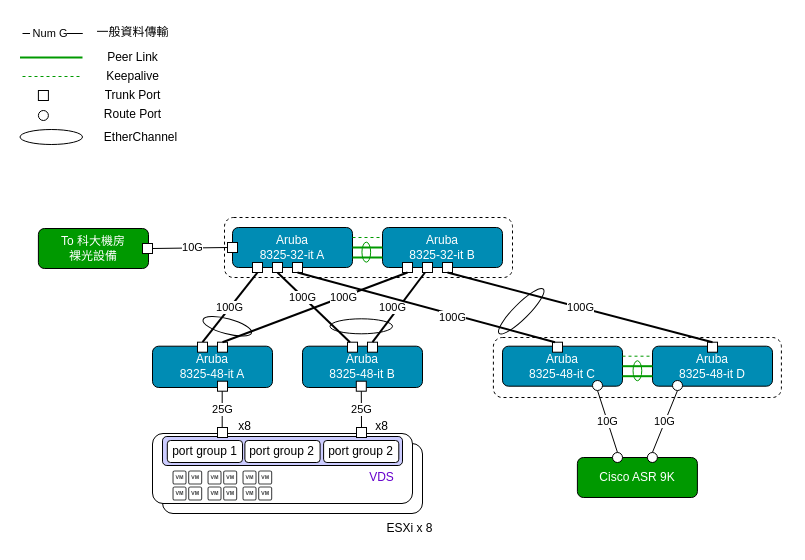
Before: page "三峽機房接線圖" (2 of 4) of moe.drawio in fisjacky/draw.io, a draw.io diagram. Source tidied: cells renumbered, new cells numbered last; positions are measured from the earlier drawing's top-left corner, leaving out a move shared by most shapes. Both pictures are drawn from the tidied source at 100%, with x=0, y=0 at pixel (20, 17).
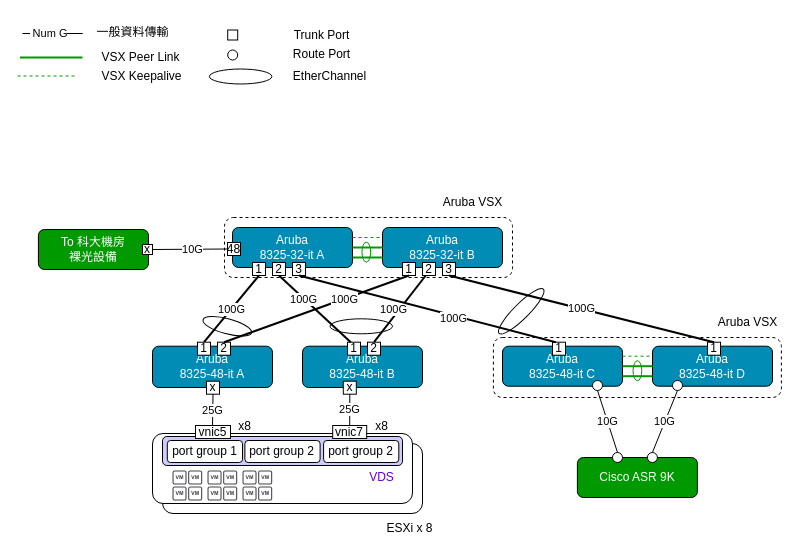
Above is the later version.

The edit, as a diff of the source:
```diff
@@
-    <mxCell id="5" style="rounded=0;whiteSpace=wrap;html=1;" parent="1" vertex="1">
-      <mxGeometry x="232" y="245" width="10" height="10" as="geometry" />
+    <mxCell id="5" value="1" style="rounded=0;whiteSpace=wrap;html=1;" parent="1" vertex="1">
+      <mxGeometry x="232" y="245" width="13" height="13" as="geometry" />
     </mxCell>
-    <mxCell id="6" style="rounded=0;whiteSpace=wrap;html=1;" parent="1" vertex="1">
-      <mxGeometry x="252" y="245" width="10" height="10" as="geometry" />
+    <mxCell id="6" value="2" style="rounded=0;whiteSpace=wrap;html=1;" parent="1" vertex="1">
+      <mxGeometry x="252" y="245" width="13" height="13" as="geometry" />
     </mxCell>
-    <mxCell id="7" style="rounded=0;whiteSpace=wrap;html=1;" parent="1" vertex="1">
-      <mxGeometry x="272" y="245" width="10" height="10" as="geometry" />
+    <mxCell id="7" value="3" style="rounded=0;whiteSpace=wrap;html=1;" parent="1" vertex="1">
+      <mxGeometry x="272" y="245" width="13" height="13" as="geometry" />
     </mxCell>
@@
-    <mxCell id="9" style="rounded=0;whiteSpace=wrap;html=1;" parent="1" vertex="1">
-      <mxGeometry x="382" y="245" width="10" height="10" as="geometry" />
+    <mxCell id="9" value="1" style="rounded=0;whiteSpace=wrap;html=1;" parent="1" vertex="1">
+      <mxGeometry x="382" y="245" width="13" height="13" as="geometry" />
     </mxCell>
-    <mxCell id="10" style="rounded=0;whiteSpace=wrap;html=1;" parent="1" vertex="1">
-      <mxGeometry x="402" y="245" width="10" height="10" as="geometry" />
+    <mxCell id="10" value="2" style="rounded=0;whiteSpace=wrap;html=1;" parent="1" vertex="1">
+      <mxGeometry x="402" y="245" width="13" height="13" as="geometry" />
     </mxCell>
-    <mxCell id="11" style="rounded=0;whiteSpace=wrap;html=1;" parent="1" vertex="1">
-      <mxGeometry x="422" y="245" width="10" height="10" as="geometry" />
+    <mxCell id="11" value="3" style="rounded=0;whiteSpace=wrap;html=1;" parent="1" vertex="1">
+      <mxGeometry x="422" y="245" width="13" height="13" as="geometry" />
     </mxCell>
@@
-    <mxCell id="18" style="rounded=0;whiteSpace=wrap;html=1;" parent="1" vertex="1">
-      <mxGeometry x="177" y="324.7" width="10" height="10" as="geometry" />
+    <mxCell id="18" value="1" style="rounded=0;whiteSpace=wrap;html=1;" parent="1" vertex="1">
+      <mxGeometry x="177" y="324.7" width="13" height="13" as="geometry" />
     </mxCell>
-    <mxCell id="19" style="rounded=0;whiteSpace=wrap;html=1;" parent="1" vertex="1">
-      <mxGeometry x="197" y="324.7" width="10" height="10" as="geometry" />
+    <mxCell id="19" value="2" style="rounded=0;whiteSpace=wrap;html=1;" parent="1" vertex="1">
+      <mxGeometry x="197" y="324.7" width="13" height="13" as="geometry" />
     </mxCell>
-    <mxCell id="20" style="rounded=0;whiteSpace=wrap;html=1;" parent="1" vertex="1">
-      <mxGeometry x="327" y="324.7" width="10" height="10" as="geometry" />
+    <mxCell id="20" value="1" style="rounded=0;whiteSpace=wrap;html=1;" parent="1" vertex="1">
+      <mxGeometry x="327" y="324.7" width="13" height="13" as="geometry" />
     </mxCell>
-    <mxCell id="21" style="rounded=0;whiteSpace=wrap;html=1;" parent="1" vertex="1">
-      <mxGeometry x="347" y="324.7" width="10" height="10" as="geometry" />
+    <mxCell id="21" value="2" style="rounded=0;whiteSpace=wrap;html=1;" parent="1" vertex="1">
+      <mxGeometry x="347" y="324.7" width="13" height="13" as="geometry" />
     </mxCell>
@@
-    <mxCell id="33" style="rounded=0;whiteSpace=wrap;html=1;" parent="1" vertex="1">
-      <mxGeometry x="687" y="324.7" width="10" height="10" as="geometry" />
+    <mxCell id="33" value="1" style="rounded=0;whiteSpace=wrap;html=1;" parent="1" vertex="1">
+      <mxGeometry x="687" y="324.7" width="13" height="13" as="geometry" />
     </mxCell>
-    <mxCell id="34" style="rounded=0;whiteSpace=wrap;html=1;" parent="1" vertex="1">
-      <mxGeometry x="532" y="324.7" width="10" height="10" as="geometry" />
+    <mxCell id="34" value="1" style="rounded=0;whiteSpace=wrap;html=1;" parent="1" vertex="1">
+      <mxGeometry x="532" y="324.7" width="13" height="13" as="geometry" />
     </mxCell>
@@
-    <mxCell id="40" style="rounded=0;whiteSpace=wrap;html=1;" parent="1" vertex="1">
-      <mxGeometry x="335.8" y="363.7" width="10" height="10" as="geometry" />
+    <mxCell id="40" value="x" style="rounded=0;whiteSpace=wrap;html=1;" parent="1" vertex="1">
+      <mxGeometry x="322.8" y="363.7" width="13" height="13" as="geometry" />
     </mxCell>
-    <mxCell id="41" style="rounded=0;whiteSpace=wrap;html=1;" parent="1" vertex="1">
-      <mxGeometry x="197" y="363.7" width="10" height="10" as="geometry" />
+    <mxCell id="41" value="x" style="rounded=0;whiteSpace=wrap;html=1;" parent="1" vertex="1">
+      <mxGeometry x="186" y="363.7" width="13" height="13" as="geometry" />
     </mxCell>
@@
-    <mxCell id="43" value="25G" style="endArrow=none;html=1;rounded=0;entryX=0.5;entryY=1;entryDx=0;entryDy=0;exitX=0.5;exitY=0;exitDx=0;exitDy=0;" parent="1" edge="1">
+    <mxCell id="43" value="25G" style="endArrow=none;html=1;rounded=0;entryX=0.5;entryY=1;entryDx=0;entryDy=0;" parent="1" edge="1" target="41">
       <mxGeometry relative="1" as="geometry">
-        <mxPoint x="201.7" y="409.7" as="sourcePoint" />
-        <mxPoint x="201.7" y="373.7" as="targetPoint" />
+        <mxPoint x="192" y="410" as="sourcePoint" />
       </mxGeometry>
     </mxCell>
@@
-    <mxCell id="49" style="rounded=0;whiteSpace=wrap;html=1;" parent="1" vertex="1">
-      <mxGeometry x="197" y="410" width="10" height="10" as="geometry" />
+    <mxCell id="49" value="vnic5" style="rounded=0;whiteSpace=wrap;html=1;" parent="1" vertex="1">
+      <mxGeometry x="175" y="408" width="35" height="13" as="geometry" />
     </mxCell>
-    <mxCell id="50" style="rounded=0;whiteSpace=wrap;html=1;" parent="1" vertex="1">
-      <mxGeometry x="336" y="410" width="10" height="10" as="geometry" />
+    <mxCell id="50" value="vnic7" style="rounded=0;whiteSpace=wrap;html=1;" parent="1" vertex="1">
+      <mxGeometry x="312.2" y="408" width="34" height="13" as="geometry" />
     </mxCell>
@@
     <mxCell id="57" value="To 科大機房&lt;br&gt;裸光設備" style="rounded=1;whiteSpace=wrap;html=1;fontColor=#FFFFFF;fillColor=#009900;" parent="1" vertex="1">
-      <mxGeometry x="17.9" y="211" width="110.1" height="40" as="geometry" />
+      <mxGeometry x="17.9" y="212" width="110.1" height="40" as="geometry" />
     </mxCell>
-    <mxCell id="58" style="rounded=0;whiteSpace=wrap;html=1;" parent="1" vertex="1">
-      <mxGeometry x="207" y="225" width="10" height="10" as="geometry" />
+    <mxCell id="58" value="48" style="rounded=0;whiteSpace=wrap;html=1;" parent="1" vertex="1">
+      <mxGeometry x="207" y="225" width="13" height="13" as="geometry" />
     </mxCell>
-    <mxCell id="59" style="rounded=0;whiteSpace=wrap;html=1;" parent="1" vertex="1">
-      <mxGeometry x="122" y="226" width="10" height="10" as="geometry" />
+    <mxCell id="59" value="x" style="rounded=0;whiteSpace=wrap;html=1;" parent="1" vertex="1">
+      <mxGeometry x="122" y="227" width="10" height="10" as="geometry" />
     </mxCell>
@@
-    <mxCell id="69" style="endArrow=none;html=1;rounded=0;" parent="1" edge="1">
-      <mxGeometry x="-70" y="245" relative="1" as="geometry">
-        <mxPoint x="2" y="16" as="sourcePoint" />
-        <mxPoint x="42" y="16" as="targetPoint" />
-        <Array as="points">
-          <mxPoint x="62" y="16" />
-        </Array>
-      </mxGeometry>
-    </mxCell>
+    <mxCell id="82" value="Aruba VSX" style="text;html=1;align=center;verticalAlign=middle;strokeColor=none;fillColor=none;" parent="1" vertex="1">
+      <mxGeometry x="412" y="170" width="80" height="30" as="geometry" />
+    </mxCell>
+    <mxCell id="83" value="Aruba VSX" style="text;html=1;align=center;verticalAlign=middle;strokeColor=none;fillColor=none;" parent="1" vertex="1">
+      <mxGeometry x="687" y="290" width="80" height="30" as="geometry" />
+    </mxCell>
+    <mxCell id="84" style="endArrow=none;html=1;rounded=0;" parent="1" edge="1">
+      <mxGeometry x="-70" y="245" relative="1" as="geometry">
+        <mxPoint x="2" y="16" as="sourcePoint" />
+        <mxPoint x="42" y="16" as="targetPoint" />
+        <Array as="points">
+          <mxPoint x="62" y="16" />
+        </Array>
+      </mxGeometry>
+    </mxCell>
-    <mxCell id="70" value="&amp;nbsp;Num G" style="edgeLabel;html=1;align=center;verticalAlign=middle;" parent="69" vertex="1">
+    <mxCell id="70" value="&amp;nbsp;Num G" style="edgeLabel;html=1;align=center;verticalAlign=middle;" parent="84" vertex="1">
       <mxGeometry x="0.16" y="1" relative="1" as="geometry">
         <mxPoint x="-21" as="offset" />
       </mxGeometry>
     </mxCell>
-    <mxCell id="71" style="endArrow=none;dashed=1;html=1;rounded=0;strokeColor=#009900;" parent="1" edge="1">
-      <mxGeometry relative="1" as="geometry">
-        <mxPoint x="2" y="59" as="sourcePoint" />
-        <mxPoint x="62" y="59" as="targetPoint" />
-        <Array as="points">
-          <mxPoint x="42" y="59" />
-        </Array>
-      </mxGeometry>
-    </mxCell>
-    <mxCell id="72" style="rounded=0;whiteSpace=wrap;html=1;" parent="1" vertex="1">
-      <mxGeometry x="17.9" y="73" width="10" height="10" as="geometry" />
-    </mxCell>
-    <mxCell id="73" style="ellipse;whiteSpace=wrap;html=1;" parent="1" vertex="1">
-      <mxGeometry x="17.9" y="93" width="10" height="10" as="geometry" />
-    </mxCell>
+    <mxCell id="85" style="endArrow=none;dashed=1;html=1;rounded=0;strokeColor=#009900;" parent="1" edge="1">
+      <mxGeometry relative="1" as="geometry">
+        <mxPoint x="-3" y="58.5" as="sourcePoint" />
+        <mxPoint x="57" y="58.5" as="targetPoint" />
+        <Array as="points">
+          <mxPoint x="37" y="58.5" />
+        </Array>
+      </mxGeometry>
+    </mxCell>
+    <mxCell id="86" style="rounded=0;whiteSpace=wrap;html=1;" parent="1" vertex="1">
+      <mxGeometry x="207.2" y="12.5" width="10" height="10" as="geometry" />
+    </mxCell>
+    <mxCell id="87" style="ellipse;whiteSpace=wrap;html=1;" parent="1" vertex="1">
+      <mxGeometry x="207.2" y="32.5" width="10" height="10" as="geometry" />
+    </mxCell>
@@
-    <mxCell id="75" value="Keepalive" style="text;html=1;align=center;verticalAlign=middle;strokeColor=none;fillColor=none;" parent="1" vertex="1">
-      <mxGeometry x="72" y="44" width="80" height="30" as="geometry" />
-    </mxCell>
+    <mxCell id="88" value="VSX Keepalive" style="text;html=1;align=center;verticalAlign=middle;strokeColor=none;fillColor=none;" parent="1" vertex="1">
+      <mxGeometry x="71" y="44" width="100" height="30" as="geometry" />
+    </mxCell>
     <mxCell id="76" value="Trunk Port" style="text;html=1;align=center;verticalAlign=middle;strokeColor=none;fillColor=none;" parent="1" vertex="1">
-      <mxGeometry x="72" y="63" width="80" height="30" as="geometry" />
+      <mxGeometry x="261.3" y="2.5" width="80" height="30" as="geometry" />
     </mxCell>
     <mxCell id="77" value="Route Port" style="text;html=1;align=center;verticalAlign=middle;strokeColor=none;fillColor=none;" parent="1" vertex="1">
-      <mxGeometry x="72" y="82" width="80" height="30" as="geometry" />
+      <mxGeometry x="261.4" y="21.5" width="80" height="30" as="geometry" />
     </mxCell>
-    <mxCell id="78" style="ellipse;whiteSpace=wrap;html=1;rotation=0;fillColor=none;" parent="1" vertex="1">
-      <mxGeometry x="-0.5" y="112" width="62.5" height="15" as="geometry" />
-    </mxCell>
+    <mxCell id="89" style="ellipse;whiteSpace=wrap;html=1;rotation=0;fillColor=none;" parent="1" vertex="1">
+      <mxGeometry x="188.9" y="51.5" width="62.5" height="15" as="geometry" />
+    </mxCell>
     <mxCell id="79" value="EtherChannel" style="text;html=1;align=center;verticalAlign=middle;strokeColor=none;fillColor=none;" parent="1" vertex="1">
-      <mxGeometry x="69.6" y="104.5" width="100" height="30" as="geometry" />
+      <mxGeometry x="259" y="44" width="100" height="30" as="geometry" />
     </mxCell>
-    <mxCell id="80" style="endArrow=none;html=1;rounded=0;exitX=1;exitY=0.75;exitDx=0;exitDy=0;strokeColor=#009900;strokeWidth=2;" parent="1" edge="1">
-      <mxGeometry relative="1" as="geometry">
-        <mxPoint x="-0.5" y="40" as="sourcePoint" />
-        <mxPoint x="62" y="40" as="targetPoint" />
-      </mxGeometry>
-    </mxCell>
-    <mxCell id="81" value="Peer Link" style="text;html=1;align=center;verticalAlign=middle;strokeColor=none;fillColor=none;" parent="1" vertex="1">
-      <mxGeometry x="77" y="25" width="70" height="30" as="geometry" />
-    </mxCell>
+    <mxCell id="90" style="endArrow=none;html=1;rounded=0;exitX=1;exitY=0.75;exitDx=0;exitDy=0;strokeColor=#009900;strokeWidth=2;" parent="1" edge="1">
+      <mxGeometry relative="1" as="geometry">
+        <mxPoint x="-0.5" y="40" as="sourcePoint" />
+        <mxPoint x="62" y="40" as="targetPoint" />
+      </mxGeometry>
+    </mxCell>
+    <mxCell id="91" value="VSX Peer Link" style="text;html=1;align=center;verticalAlign=middle;strokeColor=none;fillColor=none;" parent="1" vertex="1">
+      <mxGeometry x="69.6" y="25" width="100" height="30" as="geometry" />
+    </mxCell>
```
